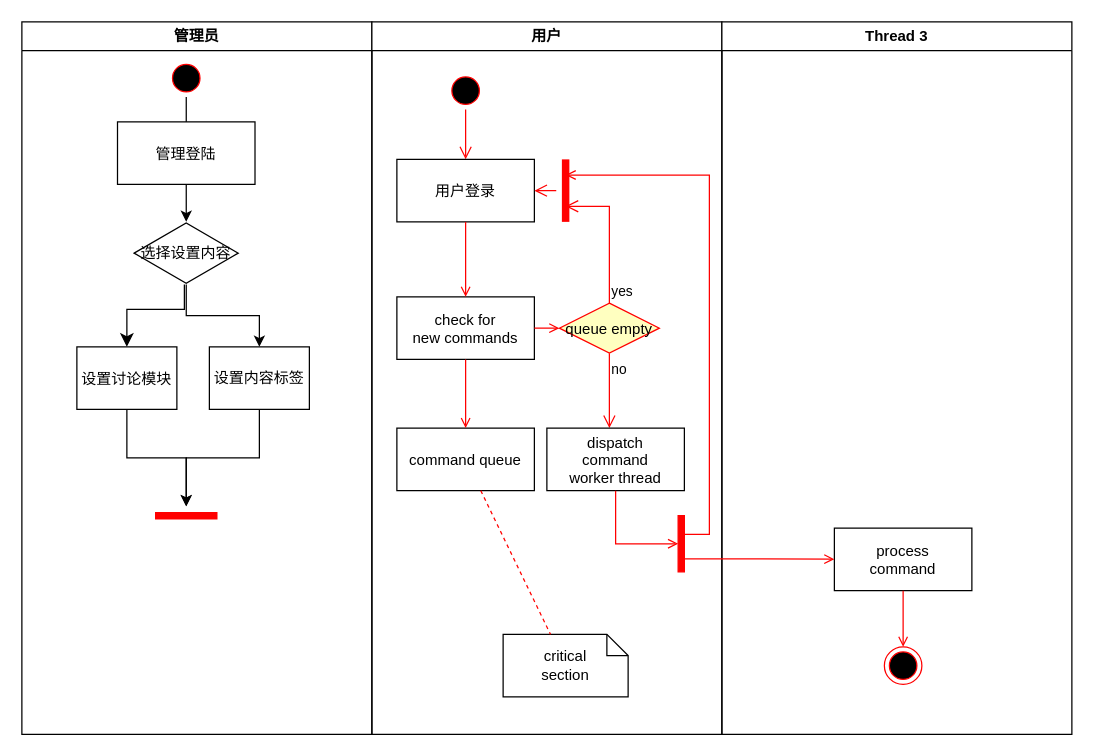
zwz-create/star keeps this draw.io diagram as page "Page-1" (1 of 2) of 未命名绘图.drawio. Above is the earlier version. Source tidied: cells renumbered, new cells numbered last; positions are measured from the earlier drawing's top-left corner, leaving out a move shared by most shapes. Both pictures are drawn from the tidied source at 125%, with x=0, y=0 at pixel (21, 21).
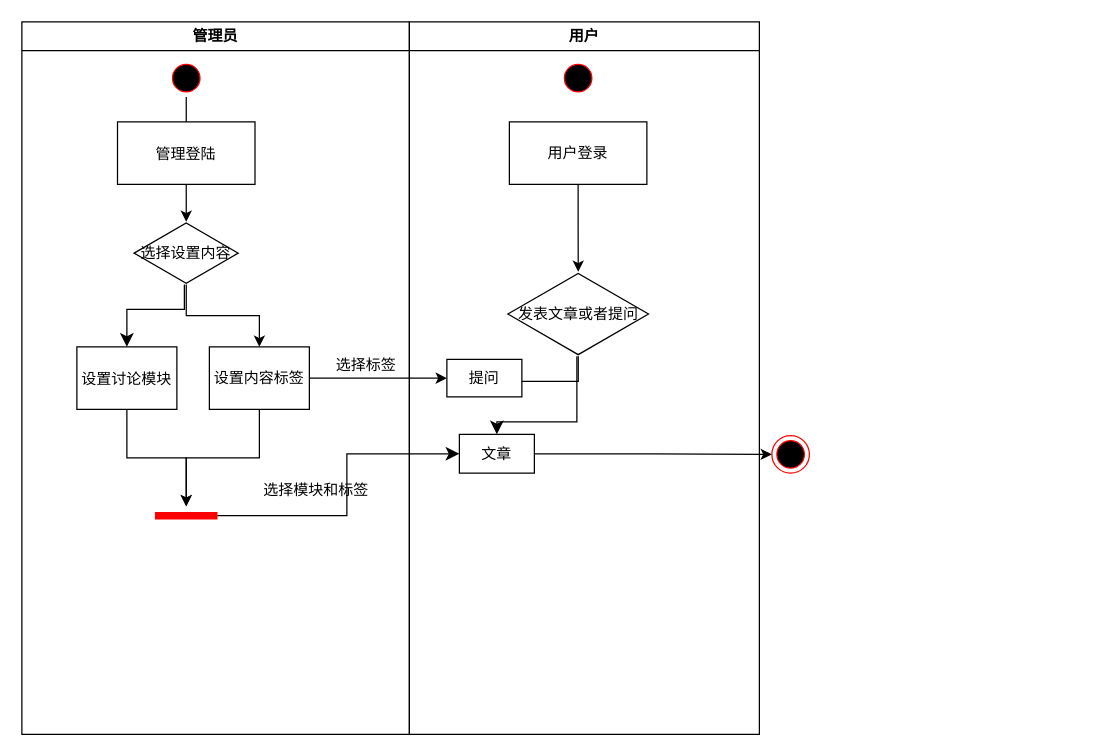
The same page after the edit.

The change refers to these unchanged cells:
```xml
<mxCell id="9" value="设置内容标签" style="rounded=0;whiteSpace=wrap;html=1;" parent="2" vertex="1">
  <mxGeometry x="150" y="260" width="80" height="50" as="geometry" />
</mxCell>
<mxCell id="12" style="shape=line;strokeWidth=6;strokeColor=#ff0000;rotation=90;direction=south;" parent="2" vertex="1">
  <mxGeometry x="124" y="370" width="15" height="50" as="geometry" />
</mxCell>
```

The edit, as a diff of the source:
```diff
@@
     <mxCell id="2" value="管理员" style="swimlane;whiteSpace=wrap;" parent="1" vertex="1">
-      <mxGeometry width="280" height="570" as="geometry" />
+      <mxGeometry width="310" height="570" as="geometry" />
     </mxCell>
@@
+    <mxCell id="39" value="选择模块和标签" style="text;html=1;align=center;verticalAlign=middle;strokeColor=none;fillColor=none;" parent="2" vertex="1">
+      <mxGeometry x="180" y="360" width="110" height="30" as="geometry" />
+    </mxCell>
+    <mxCell id="40" value="选择标签" style="text;html=1;align=center;verticalAlign=middle;strokeColor=none;fillColor=none;" parent="2" vertex="1">
+      <mxGeometry x="240" y="260" width="70" height="30" as="geometry" />
+    </mxCell>
     <mxCell id="14" value="用户" style="swimlane;whiteSpace=wrap;" parent="1" vertex="1">
-      <mxGeometry x="280" width="280" height="570" as="geometry" />
+      <mxGeometry x="310" width="280" height="570" as="geometry" />
     </mxCell>
     <mxCell id="15" style="ellipse;shape=startState;fillColor=#000000;strokeColor=#ff0000;" parent="14" vertex="1">
-      <mxGeometry x="60" y="40" width="30" height="30" as="geometry" />
+      <mxGeometry x="120" y="30" width="30" height="30" as="geometry" />
     </mxCell>
-    <mxCell id="16" style="edgeStyle=elbowEdgeStyle;elbow=horizontal;verticalAlign=bottom;endArrow=open;endSize=8;strokeColor=#FF0000;endFill=1;rounded=0;" parent="14" edge="1" source="15" target="17">
-      <mxGeometry x="40" y="20" as="geometry" />
-    </mxCell>
+    <mxCell id="41" style="edgeStyle=orthogonalEdgeStyle;rounded=0;jettySize=auto;html=1;exitX=0.5;exitY=1;exitDx=0;exitDy=0;" parent="14" edge="1" source="17" target="43">
+      <mxGeometry relative="1" as="geometry" />
+    </mxCell>
-    <mxCell id="17" value="用户登录" parent="14" vertex="1">
-      <mxGeometry x="20" y="110" width="110" height="50" as="geometry" />
+    <mxCell id="17" value="用户登录" style="rounded=0;whiteSpace=wrap;html=1;" parent="14" vertex="1">
+      <mxGeometry x="80" y="80" width="110" height="50" as="geometry" />
     </mxCell>
-    <mxCell id="18" value="check for &#10;new commands" parent="14" vertex="1">
-      <mxGeometry x="20" y="220" width="110" height="50" as="geometry" />
-    </mxCell>
-    <mxCell id="19" style="endArrow=open;strokeColor=#FF0000;endFill=1;rounded=0;" parent="14" edge="1" source="17" target="18">
-      <mxGeometry relative="1" as="geometry" />
-    </mxCell>
-    <mxCell id="20" value="command queue" parent="14" vertex="1">
-      <mxGeometry x="20" y="325" width="110" height="50" as="geometry" />
-    </mxCell>
-    <mxCell id="21" style="endArrow=open;strokeColor=#FF0000;endFill=1;rounded=0;" parent="14" edge="1" source="18" target="20">
-      <mxGeometry relative="1" as="geometry" />
-    </mxCell>
-    <mxCell id="22" value="queue empty" style="rhombus;fillColor=#ffffc0;strokeColor=#ff0000;" parent="14" vertex="1">
-      <mxGeometry x="150" y="225" width="80" height="40" as="geometry" />
-    </mxCell>
-    <mxCell id="23" value="yes" style="edgeStyle=elbowEdgeStyle;elbow=horizontal;align=left;verticalAlign=bottom;endArrow=open;endSize=8;strokeColor=#FF0000;exitX=0.5;exitY=0;endFill=1;rounded=0;entryX=0.75;entryY=0.5;entryPerimeter=0;" parent="14" edge="1" source="22" target="26">
-      <mxGeometry x="-1" relative="1" as="geometry">
-        <Array as="points">
-          <mxPoint x="190" y="180" />
-        </Array>
-      </mxGeometry>
-    </mxCell>
-    <mxCell id="24" value="no" style="edgeStyle=elbowEdgeStyle;elbow=horizontal;align=left;verticalAlign=top;endArrow=open;endSize=8;strokeColor=#FF0000;endFill=1;rounded=0;" parent="14" edge="1" source="22" target="28">
-      <mxGeometry x="-1" relative="1" as="geometry" />
-    </mxCell>
-    <mxCell id="25" style="endArrow=open;strokeColor=#FF0000;endFill=1;rounded=0;" parent="14" edge="1" source="18" target="22">
-      <mxGeometry relative="1" as="geometry" />
-    </mxCell>
-    <mxCell id="26" style="shape=line;strokeWidth=6;strokeColor=#ff0000;rotation=90;" parent="14" vertex="1">
-      <mxGeometry x="130" y="127.5" width="50" height="15" as="geometry" />
-    </mxCell>
-    <mxCell id="27" style="edgeStyle=elbowEdgeStyle;elbow=horizontal;verticalAlign=bottom;endArrow=open;endSize=8;strokeColor=#FF0000;endFill=1;rounded=0;" parent="14" edge="1" source="26" target="17">
-      <mxGeometry x="130" y="90" as="geometry" />
-    </mxCell>
-    <mxCell id="28" value="dispatch&#10;command&#10;worker thread" parent="14" vertex="1">
-      <mxGeometry x="140" y="325" width="110" height="50" as="geometry" />
-    </mxCell>
-    <mxCell id="29" value="critical&#10;section" style="shape=note;whiteSpace=wrap;size=17;" parent="14" vertex="1">
-      <mxGeometry x="105" y="490" width="100" height="50" as="geometry" />
-    </mxCell>
-    <mxCell id="30" style="endArrow=none;strokeColor=#FF0000;endFill=0;rounded=0;dashed=1;" parent="14" edge="1" source="20" target="29">
-      <mxGeometry relative="1" as="geometry" />
-    </mxCell>
-    <mxCell id="31" style="whiteSpace=wrap;strokeColor=#FF0000;fillColor=#FF0000;" parent="14" vertex="1">
-      <mxGeometry x="245" y="395" width="5" height="45" as="geometry" />
-    </mxCell>
-    <mxCell id="32" style="edgeStyle=elbowEdgeStyle;elbow=horizontal;entryX=0;entryY=0.5;strokeColor=#FF0000;endArrow=open;endFill=1;rounded=0;" parent="14" edge="1" source="28" target="31">
-      <mxGeometry relative="1" as="geometry">
-        <Array as="points">
-          <mxPoint x="195" y="400" />
-        </Array>
-      </mxGeometry>
-    </mxCell>
-    <mxCell id="33" value="Thread 3" style="swimlane;whiteSpace=wrap;" parent="1" vertex="1">
-      <mxGeometry x="560" width="280" height="570" as="geometry" />
-    </mxCell>
-    <mxCell id="34" value="process&#10;command" parent="33" vertex="1">
-      <mxGeometry x="90" y="405" width="110" height="50" as="geometry" />
-    </mxCell>
-    <mxCell id="35" style="edgeStyle=elbowEdgeStyle;elbow=horizontal;strokeColor=#FF0000;endArrow=open;endFill=1;rounded=0;entryX=0.25;entryY=0.5;entryPerimeter=0;" parent="33" edge="1" target="26">
-      <mxGeometry relative="1" as="geometry">
-        <mxPoint x="-30" y="410" as="sourcePoint" />
-        <Array as="points">
-          <mxPoint x="-10" y="135" />
-        </Array>
-      </mxGeometry>
-    </mxCell>
-    <mxCell id="36" style="edgeStyle=none;strokeColor=#FF0000;endArrow=open;endFill=1;rounded=0;" parent="33" edge="1" target="34">
-      <mxGeometry relative="1" as="geometry">
-        <mxPoint x="-30" y="429.5" as="sourcePoint" />
-      </mxGeometry>
-    </mxCell>
-    <mxCell id="37" style="ellipse;shape=endState;fillColor=#000000;strokeColor=#ff0000;" parent="33" vertex="1">
-      <mxGeometry x="130" y="500" width="30" height="30" as="geometry" />
-    </mxCell>
-    <mxCell id="38" style="endArrow=open;strokeColor=#FF0000;endFill=1;rounded=0;" parent="33" edge="1" source="34" target="37">
-      <mxGeometry relative="1" as="geometry" />
-    </mxCell>
+    <mxCell id="42" style="edgeStyle=orthogonalEdgeStyle;rounded=0;jettySize=auto;html=1;" parent="14" edge="1" source="43" target="44">
+      <mxGeometry relative="1" as="geometry" />
+    </mxCell>
+    <mxCell id="43" value="发表文章或者提问" style="html=1;whiteSpace=wrap;shape=isoRectangle;" parent="14" vertex="1">
+      <mxGeometry x="78.8" y="200" width="112.5" height="67.5" as="geometry" />
+    </mxCell>
+    <mxCell id="44" value="提问" style="rounded=0;whiteSpace=wrap;html=1;" parent="14" vertex="1">
+      <mxGeometry x="30" y="270" width="60" height="30" as="geometry" />
+    </mxCell>
+    <mxCell id="45" value="文章" style="rounded=0;whiteSpace=wrap;html=1;" parent="14" vertex="1">
+      <mxGeometry x="40" y="330" width="60" height="31" as="geometry" />
+    </mxCell>
+    <mxCell id="46" style="edgeStyle=segmentEdgeStyle;endArrow=classic;html=1;curved=0;rounded=0;endSize=8;startSize=8;entryX=0.5;entryY=0;entryDx=0;entryDy=0;" parent="14" edge="1" source="43" target="45">
+      <mxGeometry relative="1" as="geometry">
+        <Array as="points">
+          <mxPoint x="134" y="320" />
+          <mxPoint x="70" y="320" />
+        </Array>
+      </mxGeometry>
+    </mxCell>
+    <mxCell id="47" style="edgeStyle=segmentEdgeStyle;endArrow=classic;html=1;curved=0;rounded=0;endSize=8;startSize=8;entryX=0;entryY=0.5;entryDx=0;entryDy=0;" parent="1" edge="1" source="12" target="45">
+      <mxGeometry relative="1" as="geometry">
+        <Array as="points">
+          <mxPoint x="260" y="395" />
+          <mxPoint x="260" y="346" />
+        </Array>
+      </mxGeometry>
+    </mxCell>
+    <mxCell id="48" style="ellipse;shape=endState;fillColor=#000000;strokeColor=#ff0000;" parent="1" vertex="1">
+      <mxGeometry x="600" y="331" width="30" height="30" as="geometry" />
+    </mxCell>
+    <mxCell id="49" style="edgeStyle=orthogonalEdgeStyle;rounded=0;jettySize=auto;html=1;exitX=1;exitY=0.5;exitDx=0;exitDy=0;" parent="1" edge="1" source="45" target="48">
+      <mxGeometry relative="1" as="geometry" />
+    </mxCell>
+    <mxCell id="50" style="edgeStyle=orthogonalEdgeStyle;rounded=0;jettySize=auto;html=1;exitX=1;exitY=0.5;exitDx=0;exitDy=0;entryX=0;entryY=0.5;entryDx=0;entryDy=0;" parent="1" edge="1" source="9" target="44">
+      <mxGeometry relative="1" as="geometry" />
+    </mxCell>
```
